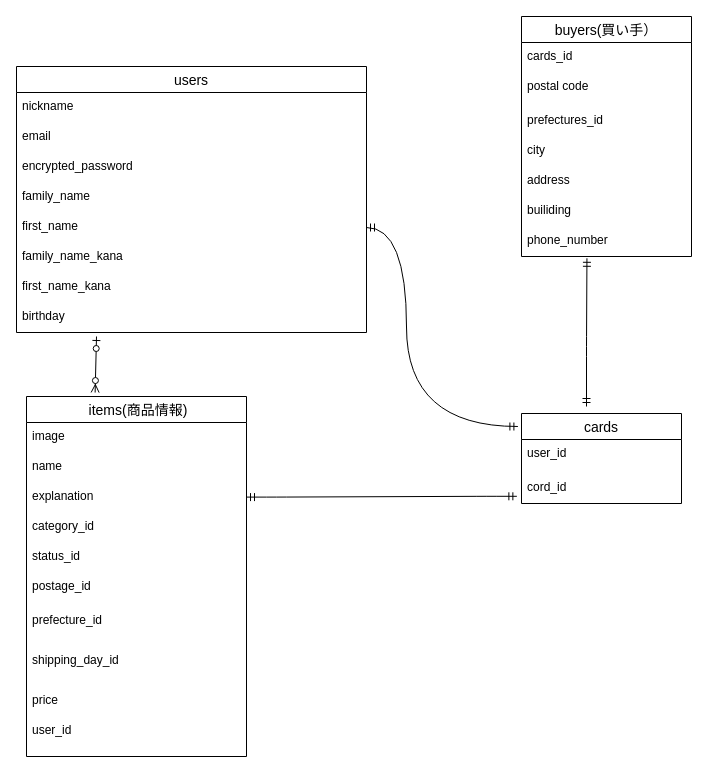
Earlier version of the draw.io diagram er.dio (chi-ino/furima-37168). Source tidied: cells renumbered, new cells numbered last; positions are measured from the earlier drawing's top-left corner, leaving out a move shared by most shapes. Both pictures are drawn from the tidied source at 100%, with x=0, y=0 at pixel (16, 16).
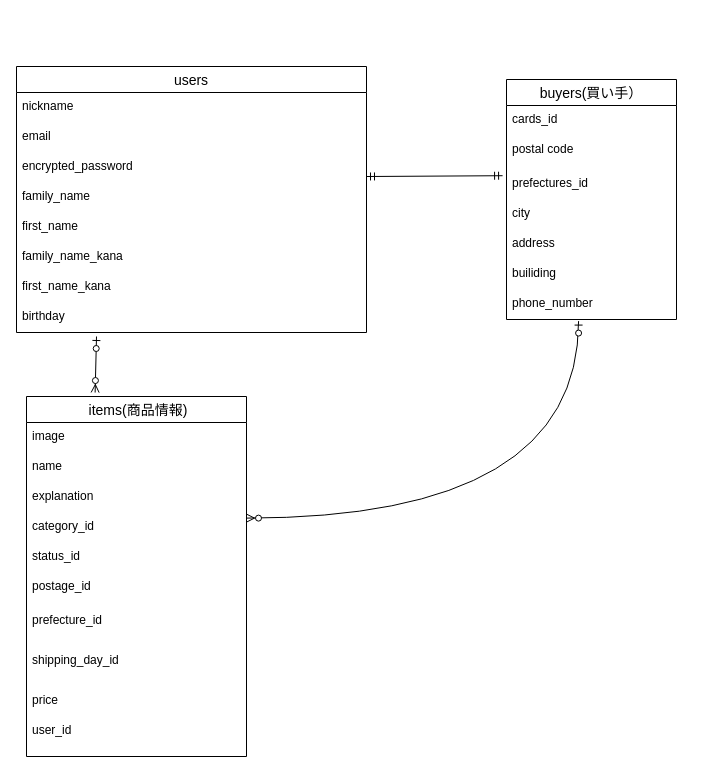
The same page after the edit.

Commit message (it also covers changes not shown here):
undo_ database_design

Unchanged cells that the change refers to:
```xml
<mxCell id="7" value="first_name" style="text;strokeColor=none;fillColor=none;spacingLeft=4;spacingRight=4;overflow=hidden;points=[[0,0.5],[1,0.5]];portConstraint=eastwest;fontSize=12;" parent="2" vertex="1">
  <mxGeometry y="146" width="350" height="30" as="geometry" />
</mxCell>
<mxCell id="15" value="category_id" style="text;strokeColor=none;fillColor=none;spacingLeft=4;spacingRight=4;overflow=hidden;points=[[0,0.5],[1,0.5]];portConstraint=eastwest;fontSize=12;" parent="11" vertex="1">
  <mxGeometry y="116" width="220" height="30" as="geometry" />
</mxCell>
<mxCell id="28" value="prefectures_id" style="text;strokeColor=none;fillColor=none;spacingLeft=4;spacingRight=4;overflow=hidden;points=[[0,0.5],[1,0.5]];portConstraint=eastwest;fontSize=12;" parent="25" vertex="1">
  <mxGeometry y="90" width="170" height="30" as="geometry" />
</mxCell>
<mxCell id="32" value="phone_number" style="text;strokeColor=none;fillColor=none;spacingLeft=4;spacingRight=4;overflow=hidden;points=[[0,0.5],[1,0.5]];portConstraint=eastwest;fontSize=12;" parent="25" vertex="1">
  <mxGeometry y="210" width="170" height="30" as="geometry" />
</mxCell>
```

Change to the diagram source:
```diff
@@
-    <mxCell id="22" value="cards" style="swimlane;fontStyle=0;horizontal=1;startSize=26;align=center;fontSize=14;" parent="1" vertex="1">
-      <mxGeometry x="505" y="397" width="160" height="90" as="geometry" />
-    </mxCell>
-    <mxCell id="23" value="user_id&#10;" style="text;strokeColor=none;fillColor=none;spacingLeft=4;spacingRight=4;overflow=hidden;fontSize=12;" parent="22" vertex="1">
-      <mxGeometry y="26" width="160" height="34" as="geometry" />
-    </mxCell>
-    <mxCell id="24" value="cord_id" style="text;strokeColor=none;fillColor=none;spacingLeft=4;spacingRight=4;overflow=hidden;points=[[0,0.5],[1,0.5]];portConstraint=eastwest;fontSize=12;" parent="22" vertex="1">
-      <mxGeometry y="60" width="160" height="30" as="geometry" />
-    </mxCell>
     <mxCell id="25" value="buyers(買い手）" style="swimlane;fontStyle=0;horizontal=1;startSize=26;align=center;fontSize=14;" parent="1" vertex="1">
-      <mxGeometry x="505" width="170" height="240" as="geometry" />
+      <mxGeometry x="490" y="63" width="170" height="240" as="geometry" />
     </mxCell>
@@
-    <mxCell id="34" style="edgeStyle=orthogonalEdgeStyle;fontSize=12;html=1;endArrow=ERmandOne;startArrow=ERmandOne;entryX=0.008;entryY=-0.02;entryDx=0;entryDy=0;entryPerimeter=0;curved=1;exitX=1;exitY=0.5;exitDx=0;exitDy=0;" parent="1" edge="1" source="7">
-      <mxGeometry relative="1" as="geometry">
-        <mxPoint x="501.4" y="410" as="targetPoint" />
-        <Array as="points">
-          <mxPoint x="390" y="211" />
-          <mxPoint x="390" y="410" />
-        </Array>
-      </mxGeometry>
-    </mxCell>
-    <mxCell id="35" style="edgeStyle=entityRelationEdgeStyle;fontSize=12;html=1;endArrow=ERmandOne;startArrow=ERmandOne;entryX=-0.029;entryY=0.76;entryDx=0;entryDy=0;entryPerimeter=0;" parent="1" edge="1" target="24">
-      <mxGeometry relative="1" as="geometry">
-        <mxPoint x="230" y="480.6" as="sourcePoint" />
-      </mxGeometry>
-    </mxCell>
-    <mxCell id="36" style="fontSize=12;html=1;endArrow=ERmandOne;startArrow=ERmandOne;entryX=0.385;entryY=1.06;entryDx=0;entryDy=0;entryPerimeter=0;" parent="1" edge="1" target="32">
-      <mxGeometry relative="1" as="geometry">
-        <mxPoint x="570" y="390" as="sourcePoint" />
-        <Array as="points">
-          <mxPoint x="570" y="330" />
-        </Array>
-      </mxGeometry>
-    </mxCell>
+    <mxCell id="37" style="fontSize=12;html=1;endArrow=ERmandOne;startArrow=ERmandOne;entryX=-0.023;entryY=0.207;entryDx=0;entryDy=0;entryPerimeter=0;" parent="1" edge="1" target="28">
+      <mxGeometry relative="1" as="geometry">
+        <mxPoint x="350" y="160" as="sourcePoint" />
+      </mxGeometry>
+    </mxCell>
+    <mxCell id="38" style="fontSize=12;html=1;endArrow=ERzeroToMany;startArrow=ERzeroToOne;entryX=1;entryY=0.187;entryDx=0;entryDy=0;entryPerimeter=0;exitX=0.424;exitY=1.053;exitDx=0;exitDy=0;exitPerimeter=0;edgeStyle=orthogonalEdgeStyle;curved=1;" parent="1" edge="1" source="32" target="15">
+      <mxGeometry relative="1" as="geometry">
+        <Array as="points">
+          <mxPoint x="562" y="502" />
+        </Array>
+      </mxGeometry>
+    </mxCell>
```
